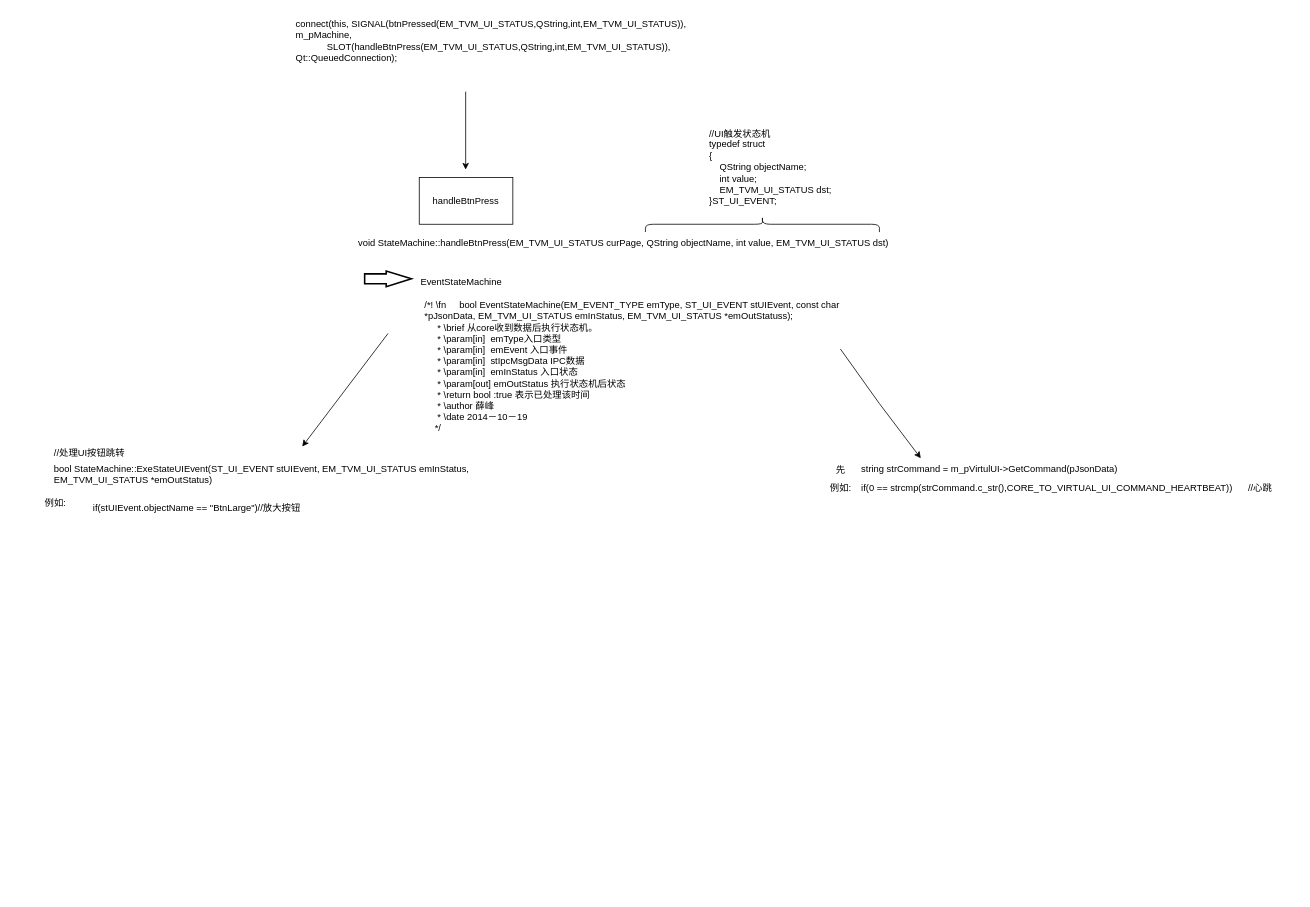
The draw.io diagram 未命名绘图.drawio in ayuelei/git_test, before the edit. Source tidied: cells renumbered, new cells numbered last; positions are measured from the earlier drawing's top-left corner, leaving out a move shared by most shapes. Both pictures are drawn from the tidied source at 78%, with x=0, y=0 at pixel (13, 13).
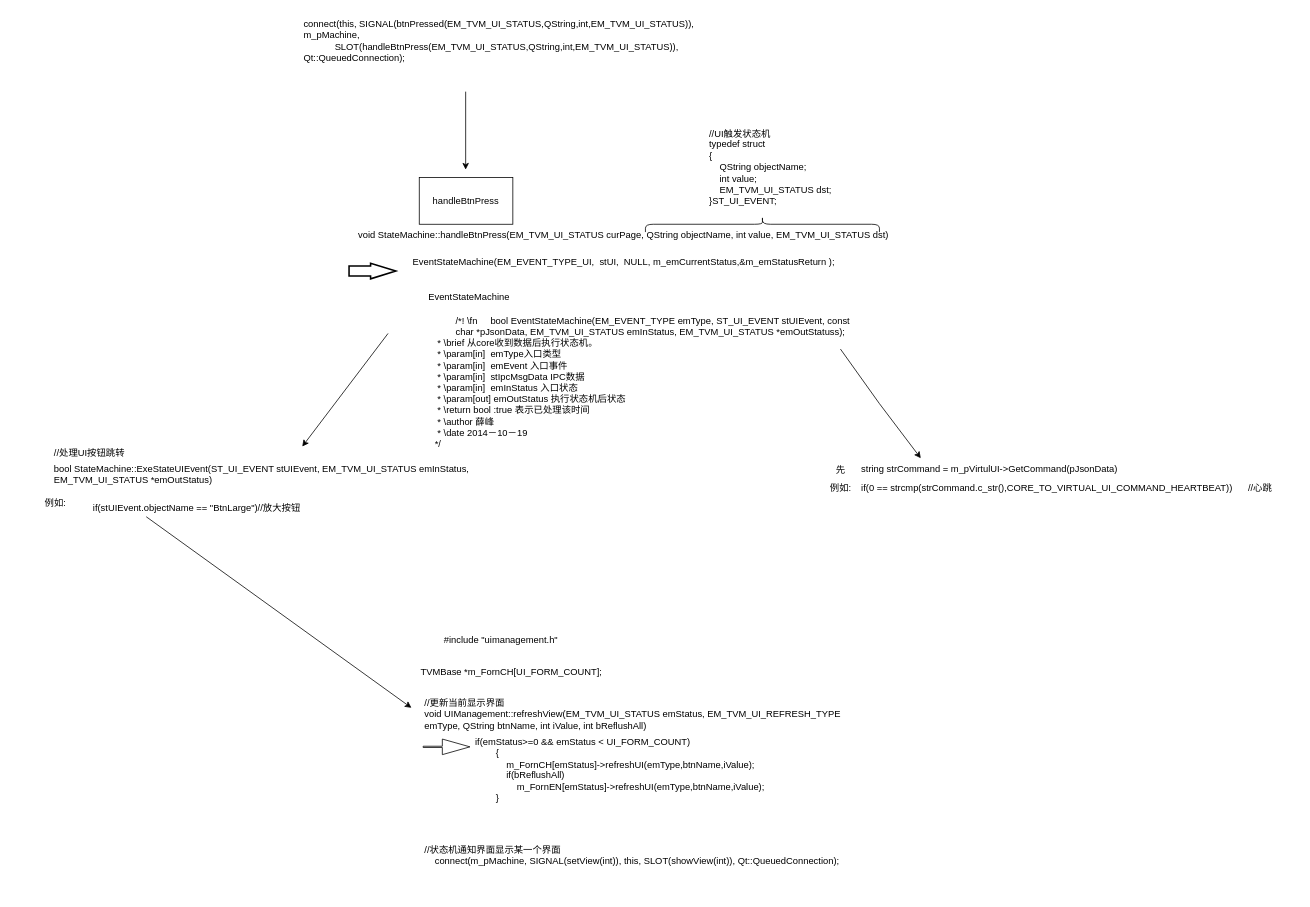
After the change.

Commit message:
更新未命名绘图.drawio

What changed in the source:
```diff
@@
     <mxCell id="3" value="void StateMachine::handleBtnPress(EM_TVM_UI_STATUS curPage, QString objectName, int value, EM_TVM_UI_STATUS dst)" style="text;whiteSpace=wrap;html=1;" parent="1" vertex="1">
-      <mxGeometry x="440" y="280" width="730" height="50" as="geometry" />
+      <mxGeometry x="440" y="270" width="730" height="50" as="geometry" />
     </mxCell>
@@
     <mxCell id="6" value="EventStateMachine" style="text;whiteSpace=wrap;html=1;" parent="1" vertex="1">
-      <mxGeometry x="520" y="330" width="140" height="40" as="geometry" />
+      <mxGeometry x="530" y="350" width="140" height="40" as="geometry" />
     </mxCell>
     <mxCell id="7" style="verticalLabelPosition=bottom;verticalAlign=top;html=1;strokeWidth=2;shape=mxgraph.arrows2.arrow;dy=0.36;dx=32.4;notch=0;" parent="1" vertex="1">
-      <mxGeometry x="450" y="330" width="60" height="20" as="geometry" />
+      <mxGeometry x="430" y="320" width="60" height="20" as="geometry" />
     </mxCell>
-    <mxCell id="8" value="/*! \fn&amp;nbsp;&lt;span style=&quot;background-color: initial;&quot;&gt;&amp;nbsp; &amp;nbsp; bool EventStateMachine(EM_EVENT_TYPE emType, ST_UI_EVENT stUIEvent, const char *pJsonData, EM_TVM_UI_STATUS emInStatus, EM_TVM_UI_STATUS *emOutStatuss);&lt;/span&gt;&lt;br&gt;&amp;nbsp; &amp;nbsp; &amp;nbsp;* \brief   从core收到数据后执行状态机。&lt;br&gt;&amp;nbsp; &amp;nbsp; &amp;nbsp;* \param[in]&amp;nbsp; emType入口类型&lt;br&gt;&amp;nbsp; &amp;nbsp; &amp;nbsp;* \param[in]&amp;nbsp;  emEvent 入口事件&lt;br&gt;&amp;nbsp; &amp;nbsp; &amp;nbsp;* \param[in]&amp;nbsp; stIpcMsgData IPC数据&lt;br&gt;&amp;nbsp; &amp;nbsp; &amp;nbsp;* \param[in]&amp;nbsp;  emInStatus 入口状态&lt;br&gt;&amp;nbsp; &amp;nbsp; &amp;nbsp;* \param[out] emOutStatus 执行状态机后状态&lt;br&gt;&amp;nbsp; &amp;nbsp; &amp;nbsp;* \return  bool :true 表示已处理该时间&lt;br&gt;&amp;nbsp; &amp;nbsp; &amp;nbsp;* \author   薛峰&lt;br&gt;&amp;nbsp; &amp;nbsp; &amp;nbsp;* \date   2014－10－19&lt;br&gt;&amp;nbsp; &amp;nbsp; */" style="text;whiteSpace=wrap;html=1;" parent="1" vertex="1">
-      <mxGeometry x="525" y="360" width="560" height="180" as="geometry" />
+    <mxCell id="8" value="&lt;blockquote style=&quot;margin: 0 0 0 40px; border: none; padding: 0px;&quot;&gt;/*! \fn&amp;nbsp;&lt;span style=&quot;background-color: initial;&quot;&gt;&amp;nbsp; &amp;nbsp; bool EventStateMachine(EM_EVENT_TYPE emType, ST_UI_EVENT stUIEvent, const char *pJsonData, EM_TVM_UI_STATUS emInStatus, EM_TVM_UI_STATUS *emOutStatuss);&lt;/span&gt;&lt;/blockquote&gt;&amp;nbsp; &amp;nbsp; &amp;nbsp;* \brief   从core收到数据后执行状态机。&lt;br&gt;&amp;nbsp; &amp;nbsp; &amp;nbsp;* \param[in]&amp;nbsp; emType入口类型&lt;br&gt;&amp;nbsp; &amp;nbsp; &amp;nbsp;* \param[in]&amp;nbsp;  emEvent 入口事件&lt;br&gt;&amp;nbsp; &amp;nbsp; &amp;nbsp;* \param[in]&amp;nbsp; stIpcMsgData IPC数据&lt;br&gt;&amp;nbsp; &amp;nbsp; &amp;nbsp;* \param[in]&amp;nbsp;  emInStatus 入口状态&lt;br&gt;&amp;nbsp; &amp;nbsp; &amp;nbsp;* \param[out] emOutStatus 执行状态机后状态&lt;br&gt;&amp;nbsp; &amp;nbsp; &amp;nbsp;* \return  bool :true 表示已处理该时间&lt;br&gt;&amp;nbsp; &amp;nbsp; &amp;nbsp;* \author   薛峰&lt;br&gt;&amp;nbsp; &amp;nbsp; &amp;nbsp;* \date   2014－10－19&lt;br&gt;&amp;nbsp; &amp;nbsp; */" style="text;whiteSpace=wrap;html=1;" parent="1" vertex="1">
+      <mxGeometry x="525" y="380" width="560" height="180" as="geometry" />
     </mxCell>
@@
     <mxCell id="19" value="connect(this, SIGNAL(btnPressed(EM_TVM_UI_STATUS,QString,int,EM_TVM_UI_STATUS)), m_pMachine,&#10;            SLOT(handleBtnPress(EM_TVM_UI_STATUS,QString,int,EM_TVM_UI_STATUS)), Qt::QueuedConnection);" style="text;whiteSpace=wrap;html=1;" parent="1" vertex="1">
-      <mxGeometry x="360" width="560" height="80" as="geometry" />
+      <mxGeometry x="370" width="560" height="80" as="geometry" />
     </mxCell>
@@
+    <mxCell id="21" value="TVMBase *m_FornCH[UI_FORM_COUNT];" style="text;whiteSpace=wrap;html=1;" parent="1" vertex="1">
+      <mxGeometry x="520" y="830" width="270" height="40" as="geometry" />
+    </mxCell>
+    <mxCell id="22" value="#include &quot;uimanagement.h&quot;" style="text;whiteSpace=wrap;html=1;" parent="1" vertex="1">
+      <mxGeometry x="550" y="790" width="180" height="40" as="geometry" />
+    </mxCell>
+    <mxCell id="23" value="//更新当前显示界面&lt;br&gt;void UIManagement::refreshView(EM_TVM_UI_STATUS emStatus, EM_TVM_UI_REFRESH_TYPE emType, QString btnName, int iValue, int bReflushAll)&lt;br&gt;" style="text;whiteSpace=wrap;html=1;" parent="1" vertex="1">
+      <mxGeometry x="525" y="870" width="560" height="80" as="geometry" />
+    </mxCell>
+    <mxCell id="24" style="html=1;shadow=0;dashed=0;align=center;verticalAlign=middle;shape=mxgraph.arrows2.arrow;dy=0.92;dx=35.4;notch=0;" parent="1" vertex="1">
+      <mxGeometry x="525" y="930" width="60" height="20" as="geometry" />
+    </mxCell>
+    <mxCell id="25" value="if(emStatus&gt;=0 &amp;&amp; emStatus &lt; UI_FORM_COUNT)&#10;        {&#10;            m_FornCH[emStatus]-&gt;refreshUI(emType,btnName,iValue);&#10;            if(bReflushAll)&#10;                m_FornEN[emStatus]-&gt;refreshUI(emType,btnName,iValue);&#10;        }" style="text;whiteSpace=wrap;html=1;" parent="1" vertex="1">
+      <mxGeometry x="590" y="920" width="400" height="110" as="geometry" />
+    </mxCell>
+    <mxCell id="26" style="endArrow=classic;html=1;rounded=0;" parent="1" edge="1">
+      <mxGeometry relative="1" as="geometry">
+        <mxPoint x="170" y="645" as="sourcePoint" />
+        <mxPoint x="510" y="890" as="targetPoint" />
+      </mxGeometry>
+    </mxCell>
+    <mxCell id="27" value="//状态机通知界面显示某一个界面&#10;    connect(m_pMachine, SIGNAL(setView(int)), this, SLOT(showView(int)), Qt::QueuedConnection);" style="text;whiteSpace=wrap;html=1;" parent="1" vertex="1">
+      <mxGeometry x="525" y="1059" width="560" height="70" as="geometry" />
+    </mxCell>
+    <mxCell id="28" value="EventStateMachine(EM_EVENT_TYPE_UI,  stUI,  NULL, m_emCurrentStatus,&amp;m_emStatusReturn );" style="text;whiteSpace=wrap;html=1;" parent="1" vertex="1">
+      <mxGeometry x="510" y="305" width="560" height="50" as="geometry" />
+    </mxCell>
```
